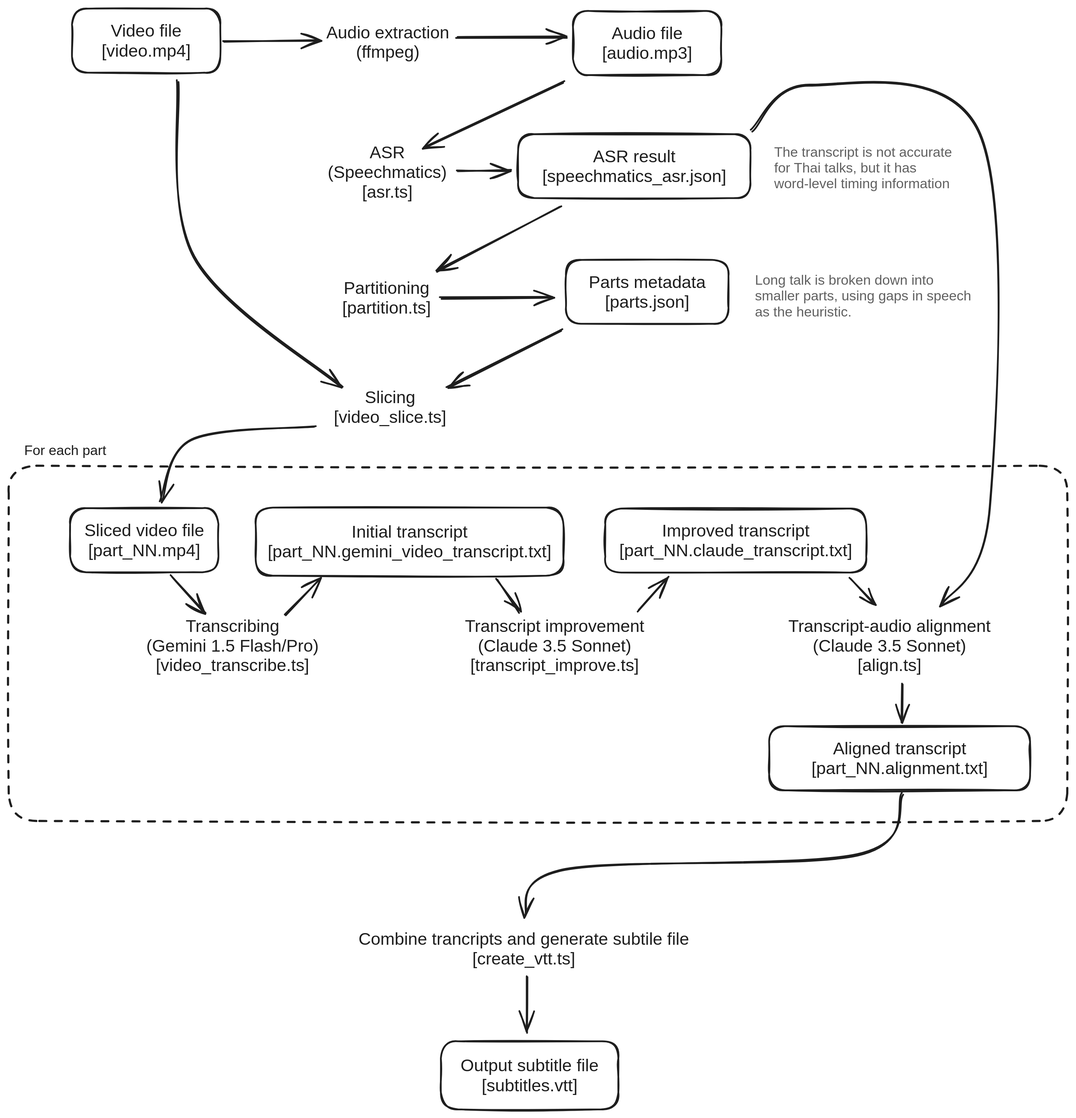
dtinth/autosub keeps this Excalidraw diagram as diagram.excalidraw.svg. Above is the earlier version. Source tidied: one line per element, renumbered; positions are measured from the earlier drawing's top-left corner, leaving out a move shared by most shapes. Source of this version:
```json
{"id": 0, "type": "rectangle", "strokeColor": "#1e1e1e", "strokeWidth": 2, "roughness": 1, "round": true, "x": 73, "y": 0, "width": 172, "height": 74}
{"id": 1, "type": "text", "text": "Video file\n[video.mp4]", "strokeColor": "#1e1e1e", "strokeWidth": 2, "roughness": 1, "fontSize": 20, "fontFamily": 2, "textAlign": "center", "verticalAlign": "middle", "inside": 0, "x": 108, "y": 14, "width": 103, "height": 46}
{"id": 2, "type": "rectangle", "strokeColor": "#1e1e1e", "strokeWidth": 2, "roughness": 1, "round": true, "x": 654, "y": 3, "width": 172, "height": 74}
{"id": 3, "type": "text", "text": "Audio file\n[audio.mp3]", "strokeColor": "#1e1e1e", "strokeWidth": 2, "roughness": 1, "fontSize": 20, "fontFamily": 2, "textAlign": "center", "verticalAlign": "middle", "inside": 2, "x": 688, "y": 17, "width": 105, "height": 46}
{"id": 4, "type": "text", "text": "Audio extraction\n(ffmpeg)", "strokeColor": "#1e1e1e", "strokeWidth": 2, "roughness": 1, "fontSize": 19.88, "fontFamily": 2, "textAlign": "center", "x": 368, "y": 16, "width": 143, "height": 46}
{"id": 5, "type": "arrow", "strokeColor": "#1e1e1e", "strokeWidth": 2, "roughness": 1, "endArrowhead": "arrow", "round": true, "from": 0, "to": 4, "x": 249, "y": 38, "width": 112, "height": 1, "points": [[0, 0], [112, -1]]}
{"id": 6, "type": "arrow", "strokeColor": "#1e1e1e", "strokeWidth": 2, "roughness": 1, "endArrowhead": "arrow", "round": true, "from": 4, "to": 2, "x": 519, "y": 34, "width": 127, "height": 1, "points": [[0, 0], [127, -1]]}
{"id": 7, "type": "text", "text": "ASR\n(Speechmatics)\n[asr.ts]", "strokeColor": "#1e1e1e", "strokeWidth": 2, "roughness": 1, "fontSize": 19.88, "fontFamily": 2, "textAlign": "center", "x": 370, "y": 156, "width": 138, "height": 69}
{"id": 8, "type": "arrow", "strokeColor": "#1e1e1e", "strokeWidth": 2, "roughness": 1, "endArrowhead": "arrow", "round": true, "from": 2, "to": 7, "x": 644, "y": 85, "width": 163, "height": 76, "points": [[0, 0], [-163, 76]]}
{"id": 9, "type": "rectangle", "strokeColor": "#1e1e1e", "strokeWidth": 2, "roughness": 1, "round": true, "x": 591, "y": 146, "width": 269, "height": 74}
{"id": 10, "type": "text", "text": "ASR result\n[speechmatics_asr.json]", "strokeColor": "#1e1e1e", "strokeWidth": 2, "roughness": 1, "fontSize": 20, "fontFamily": 2, "textAlign": "center", "verticalAlign": "middle", "inside": 9, "x": 619, "y": 160, "width": 213, "height": 46}
{"id": 11, "type": "arrow", "strokeColor": "#1e1e1e", "strokeWidth": 2, "roughness": 1, "endArrowhead": "arrow", "round": true, "from": 7, "to": 9, "x": 520, "y": 188, "width": 62, "height": 2, "points": [[0, 0], [62, -2]]}
{"id": 12, "type": "text", "text": "The transcript is not accurate\nfor Thai talks, but it has\nword-level timing information", "strokeColor": "#1e1e1e", "strokeWidth": 2, "roughness": 1, "opacity": 70, "fontSize": 16, "fontFamily": 2, "x": 888, "y": 157, "width": 206, "height": 55}
{"id": 13, "type": "text", "text": "Partitioning\n[partition.ts]", "strokeColor": "#1e1e1e", "strokeWidth": 2, "roughness": 1, "fontSize": 19.88, "fontFamily": 2, "textAlign": "center", "x": 387, "y": 313, "width": 103, "height": 46}
{"id": 14, "type": "arrow", "strokeColor": "#1e1e1e", "strokeWidth": 2, "roughness": 1, "endArrowhead": "arrow", "round": true, "from": 9, "to": 13, "x": 640, "y": 229, "width": 144, "height": 76, "points": [[0, 0], [-144, 76]]}
{"id": 15, "type": "text", "text": "Long talk is broken down into\nsmaller parts, using gaps in speech\nas the heuristic.", "strokeColor": "#1e1e1e", "strokeWidth": 2, "roughness": 1, "opacity": 70, "fontSize": 16, "fontFamily": 2, "x": 865, "y": 306, "width": 251, "height": 55}
{"id": 16, "type": "rectangle", "strokeColor": "#1e1e1e", "strokeWidth": 2, "roughness": 1, "round": true, "x": 646, "y": 292, "width": 188, "height": 74}
{"id": 17, "type": "text", "text": "Parts metadata\n[parts.json]", "strokeColor": "#1e1e1e", "strokeWidth": 2, "roughness": 1, "fontSize": 20, "fontFamily": 2, "textAlign": "center", "verticalAlign": "middle", "inside": 16, "x": 673, "y": 306, "width": 136, "height": 46}
{"id": 18, "type": "arrow", "strokeColor": "#1e1e1e", "strokeWidth": 2, "roughness": 1, "endArrowhead": "arrow", "round": true, "from": 13, "to": 16, "x": 500, "y": 336, "width": 131, "height": 1, "points": [[0, 0], [131, -1]]}
{"id": 19, "type": "text", "text": "Slicing\n[video_slice.ts]", "strokeColor": "#1e1e1e", "strokeWidth": 2, "roughness": 1, "fontSize": 19.88, "fontFamily": 2, "textAlign": "center", "x": 377, "y": 440, "width": 130, "height": 46}
{"id": 20, "type": "arrow", "strokeColor": "#1e1e1e", "strokeWidth": 2, "roughness": 1, "endArrowhead": "arrow", "round": true, "from": 16, "to": 19, "x": 642, "y": 373, "width": 134, "height": 67, "points": [[0, 0], [-134, 67]]}
{"id": 21, "type": "rectangle", "strokeColor": "#1e1e1e", "strokeWidth": 2, "strokeStyle": "dashed", "roughness": 1, "round": true, "x": 0, "y": 530, "width": 1227, "height": 412}
{"id": 22, "type": "text", "text": "For each part", "strokeColor": "#1e1e1e", "strokeWidth": 2, "strokeStyle": "dashed", "roughness": 1, "fontSize": 16, "fontFamily": 2, "x": 18, "y": 503, "width": 95, "height": 18}
{"id": 23, "type": "rectangle", "strokeColor": "#1e1e1e", "strokeWidth": 2, "roughness": 1, "round": true, "x": 71, "y": 580, "width": 172, "height": 74}
{"id": 24, "type": "text", "text": "Sliced video file\n[part_NN.mp4]", "strokeColor": "#1e1e1e", "strokeWidth": 2, "roughness": 1, "fontSize": 20, "fontFamily": 2, "textAlign": "center", "verticalAlign": "middle", "inside": 23, "x": 88, "y": 594, "width": 139, "height": 46}
{"id": 25, "type": "arrow", "strokeColor": "#1e1e1e", "strokeWidth": 2, "roughness": 1, "endArrowhead": "arrow", "round": true, "from": 0, "to": 19, "x": 195, "y": 84, "width": 193, "height": 355, "points": [[0, 0], [20, 204], [193, 355]]}
{"id": 26, "type": "arrow", "strokeColor": "#1e1e1e", "strokeWidth": 2, "roughness": 1, "endArrowhead": "arrow", "round": true, "to": 23, "x": 355, "y": 484, "width": 179, "height": 87, "points": [[0, 0], [-143, 15], [-179, 87]]}
{"id": 27, "type": "text", "text": "Transcribing\n(Gemini 1.5 Flash/Pro)\n[video_transcribe.ts]", "strokeColor": "#1e1e1e", "strokeWidth": 2, "roughness": 1, "fontSize": 19.88, "fontFamily": 2, "textAlign": "center", "x": 160, "y": 705, "width": 200, "height": 69}
{"id": 28, "type": "arrow", "strokeColor": "#1e1e1e", "strokeWidth": 2, "roughness": 1, "endArrowhead": "arrow", "round": true, "from": 23, "to": 27, "x": 189, "y": 658, "width": 38, "height": 44, "points": [[0, 0], [38, 44]]}
{"id": 29, "type": "rectangle", "strokeColor": "#1e1e1e", "strokeWidth": 2, "roughness": 1, "round": true, "x": 286, "y": 579, "width": 357, "height": 79}
{"id": 30, "type": "text", "text": "Initial transcript\n[part_NN.gemini_video_transcript.txt]", "strokeColor": "#1e1e1e", "strokeWidth": 2, "roughness": 1, "fontSize": 20, "fontFamily": 2, "textAlign": "center", "verticalAlign": "middle", "inside": 29, "x": 300, "y": 596, "width": 329, "height": 46}
{"id": 31, "type": "arrow", "strokeColor": "#1e1e1e", "strokeWidth": 2, "roughness": 1, "endArrowhead": "arrow", "round": true, "from": 27, "to": 29, "x": 321, "y": 704, "width": 40, "height": 42, "points": [[0, 0], [40, -42]]}
{"id": 32, "type": "text", "text": "Transcript improvement\n(Claude 3.5 Sonnet)\n[transcript_improve.ts]", "strokeColor": "#1e1e1e", "strokeWidth": 2, "roughness": 1, "fontSize": 19.88, "fontFamily": 2, "textAlign": "center", "x": 529, "y": 705, "width": 208, "height": 69}
{"id": 33, "type": "arrow", "strokeColor": "#1e1e1e", "strokeWidth": 2, "roughness": 1, "endArrowhead": "arrow", "round": true, "from": 29, "to": 32, "x": 567, "y": 663, "width": 26, "height": 37, "points": [[0, 0], [26, 37]]}
{"id": 34, "type": "rectangle", "strokeColor": "#1e1e1e", "strokeWidth": 2, "roughness": 1, "round": true, "x": 692, "y": 580, "width": 303, "height": 74}
{"id": 35, "type": "text", "text": "Improved transcript\n[part_NN.claude_transcript.txt]", "strokeColor": "#1e1e1e", "strokeWidth": 2, "roughness": 1, "fontSize": 20, "fontFamily": 2, "textAlign": "center", "verticalAlign": "middle", "inside": 34, "x": 708, "y": 594, "width": 270, "height": 46}
{"id": 36, "type": "arrow", "strokeColor": "#1e1e1e", "strokeWidth": 2, "roughness": 1, "endArrowhead": "arrow", "round": true, "from": 32, "to": 34, "x": 730, "y": 699, "width": 35, "height": 39, "points": [[0, 0], [35, -39]]}
{"id": 37, "type": "text", "text": "Transcript-audio alignment\n(Claude 3.5 Sonnet)\n[align.ts]", "strokeColor": "#1e1e1e", "strokeWidth": 2, "roughness": 1, "fontSize": 19.88, "fontFamily": 2, "textAlign": "center", "x": 904, "y": 705, "width": 235, "height": 69}
{"id": 38, "type": "arrow", "strokeColor": "#1e1e1e", "strokeWidth": 2, "roughness": 1, "endArrowhead": "arrow", "round": true, "from": 34, "to": 37, "x": 976, "y": 662, "width": 28, "height": 30, "points": [[0, 0], [28, 30]]}
{"id": 39, "type": "arrow", "strokeColor": "#1e1e1e", "strokeWidth": 2, "roughness": 1, "endArrowhead": "arrow", "round": true, "from": 9, "to": 37, "x": 861, "y": 141, "width": 276, "height": 604, "points": [[0, 0], [69, -53], [266, 5], [276, 437], [220, 551]]}
{"id": 40, "type": "rectangle", "strokeColor": "#1e1e1e", "strokeWidth": 2, "roughness": 1, "round": true, "x": 882, "y": 833, "width": 303, "height": 74}
{"id": 41, "type": "text", "text": "Aligned transcript\n[part_NN.alignment.txt]", "strokeColor": "#1e1e1e", "strokeWidth": 2, "roughness": 1, "fontSize": 20, "fontFamily": 2, "textAlign": "center", "verticalAlign": "middle", "inside": 40, "x": 931, "y": 847, "width": 205, "height": 46}
{"id": 42, "type": "arrow", "strokeColor": "#1e1e1e", "strokeWidth": 2, "roughness": 1, "endArrowhead": "arrow", "round": true, "from": 37, "to": 40, "x": 1036, "y": 784, "width": 0, "height": 45, "points": [[0, 0], [0, 45]]}
{"id": 43, "type": "arrow", "strokeColor": "#1e1e1e", "strokeWidth": 2, "roughness": 1, "endArrowhead": "arrow", "round": true, "from": 40, "to": 44, "x": 1037, "y": 911, "width": 438, "height": 144, "points": [[0, 0], [-53, 71], [-390, 87], [-438, 144]]}
{"id": 44, "type": "text", "text": "Combine trancripts and generate subtile file\n[create_vtt.ts]", "strokeColor": "#1e1e1e", "strokeWidth": 2, "roughness": 1, "fontSize": 19.88, "fontFamily": 2, "textAlign": "center", "x": 406, "y": 1068, "width": 383, "height": 46}
{"id": 45, "type": "rectangle", "strokeColor": "#1e1e1e", "strokeWidth": 2, "roughness": 1, "round": true, "x": 501, "y": 1198, "width": 206, "height": 79}
{"id": 46, "type": "text", "text": "Output subtitle file\n[subtitles.vtt]", "strokeColor": "#1e1e1e", "strokeWidth": 2, "roughness": 1, "fontSize": 20, "fontFamily": 2, "textAlign": "center", "verticalAlign": "middle", "inside": 45, "x": 524, "y": 1215, "width": 160, "height": 46}
{"id": 47, "type": "arrow", "strokeColor": "#1e1e1e", "strokeWidth": 2, "roughness": 1, "endArrowhead": "arrow", "round": true, "from": 44, "to": 45, "x": 600, "y": 1124, "width": 0, "height": 64, "points": [[0, 0], [0, 64]]}
```
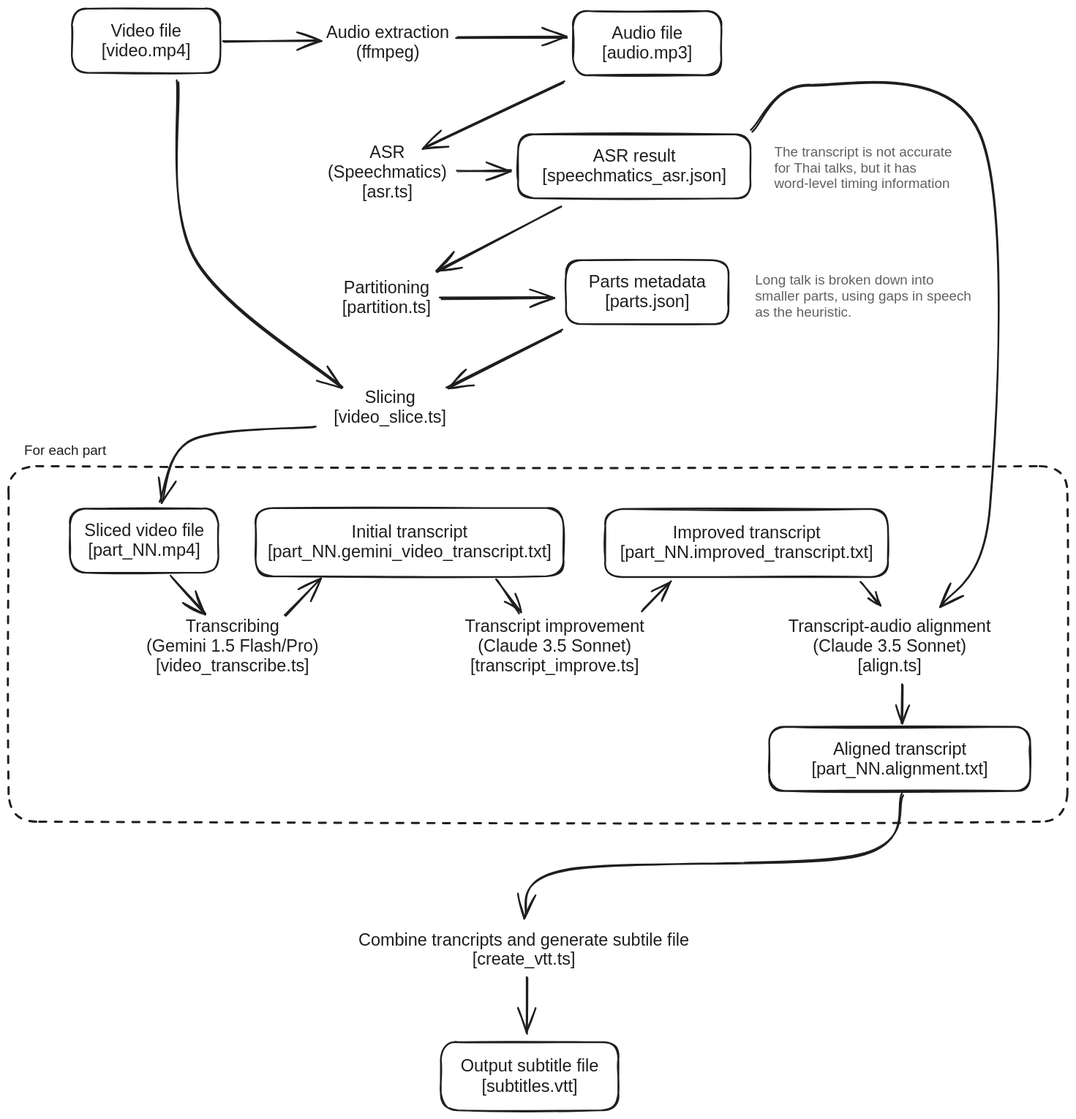
The same file after the commit.

The edit, as a diff of the source:
```diff
@@ -32,11 +32,11 @@
 {"id": 31, "type": "arrow", "strokeColor": "#1e1e1e", "strokeWidth": 2, "roughness": 1, "endArrowhead": "arrow", "round": true, "from": 27, "to": 29, "x": 321, "y": 704, "width": 40, "height": 42, "points": [[0, 0], [40, -42]]}
 {"id": 32, "type": "text", "text": "Transcript improvement\n(Claude 3.5 Sonnet)\n[transcript_improve.ts]", "strokeColor": "#1e1e1e", "strokeWidth": 2, "roughness": 1, "fontSize": 19.88, "fontFamily": 2, "textAlign": "center", "x": 529, "y": 705, "width": 208, "height": 69}
 {"id": 33, "type": "arrow", "strokeColor": "#1e1e1e", "strokeWidth": 2, "roughness": 1, "endArrowhead": "arrow", "round": true, "from": 29, "to": 32, "x": 567, "y": 663, "width": 26, "height": 37, "points": [[0, 0], [26, 37]]}
-{"id": 34, "type": "rectangle", "strokeColor": "#1e1e1e", "strokeWidth": 2, "roughness": 1, "round": true, "x": 692, "y": 580, "width": 303, "height": 74}
+{"id": 34, "type": "rectangle", "strokeColor": "#1e1e1e", "strokeWidth": 2, "roughness": 1, "round": true, "x": 692, "y": 580, "width": 328, "height": 79}
-{"id": 35, "type": "text", "text": "Improved transcript\n[part_NN.claude_transcript.txt]", "strokeColor": "#1e1e1e", "strokeWidth": 2, "roughness": 1, "fontSize": 20, "fontFamily": 2, "textAlign": "center", "verticalAlign": "middle", "inside": 34, "x": 708, "y": 594, "width": 270, "height": 46}
+{"id": 35, "type": "text", "text": "Improved transcript\n[part_NN.improved_transcript.txt]", "strokeColor": "#1e1e1e", "strokeWidth": 2, "roughness": 1, "fontSize": 20, "fontFamily": 2, "textAlign": "center", "verticalAlign": "middle", "inside": 34, "x": 709, "y": 597, "width": 293, "height": 46}
-{"id": 36, "type": "arrow", "strokeColor": "#1e1e1e", "strokeWidth": 2, "roughness": 1, "endArrowhead": "arrow", "round": true, "from": 32, "to": 34, "x": 730, "y": 699, "width": 35, "height": 39, "points": [[0, 0], [35, -39]]}
+{"id": 36, "type": "arrow", "strokeColor": "#1e1e1e", "strokeWidth": 2, "roughness": 1, "endArrowhead": "arrow", "round": true, "from": 32, "to": 34, "x": 735, "y": 698, "width": 33, "height": 34, "points": [[0, 0], [33, -34]]}
 {"id": 37, "type": "text", "text": "Transcript-audio alignment\n(Claude 3.5 Sonnet)\n[align.ts]", "strokeColor": "#1e1e1e", "strokeWidth": 2, "roughness": 1, "fontSize": 19.88, "fontFamily": 2, "textAlign": "center", "x": 904, "y": 705, "width": 235, "height": 69}
-{"id": 38, "type": "arrow", "strokeColor": "#1e1e1e", "strokeWidth": 2, "roughness": 1, "endArrowhead": "arrow", "round": true, "from": 34, "to": 37, "x": 976, "y": 662, "width": 28, "height": 30, "points": [[0, 0], [28, 30]]}
+{"id": 38, "type": "arrow", "strokeColor": "#1e1e1e", "strokeWidth": 2, "roughness": 1, "endArrowhead": "arrow", "round": true, "from": 34, "to": 37, "x": 989, "y": 666, "width": 21, "height": 26, "points": [[0, 0], [21, 26]]}
 {"id": 39, "type": "arrow", "strokeColor": "#1e1e1e", "strokeWidth": 2, "roughness": 1, "endArrowhead": "arrow", "round": true, "from": 9, "to": 37, "x": 861, "y": 141, "width": 276, "height": 604, "points": [[0, 0], [69, -53], [266, 5], [276, 437], [220, 551]]}
 {"id": 40, "type": "rectangle", "strokeColor": "#1e1e1e", "strokeWidth": 2, "roughness": 1, "round": true, "x": 882, "y": 833, "width": 303, "height": 74}
 {"id": 41, "type": "text", "text": "Aligned transcript\n[part_NN.alignment.txt]", "strokeColor": "#1e1e1e", "strokeWidth": 2, "roughness": 1, "fontSize": 20, "fontFamily": 2, "textAlign": "center", "verticalAlign": "middle", "inside": 40, "x": 931, "y": 847, "width": 205, "height": 46}
```
